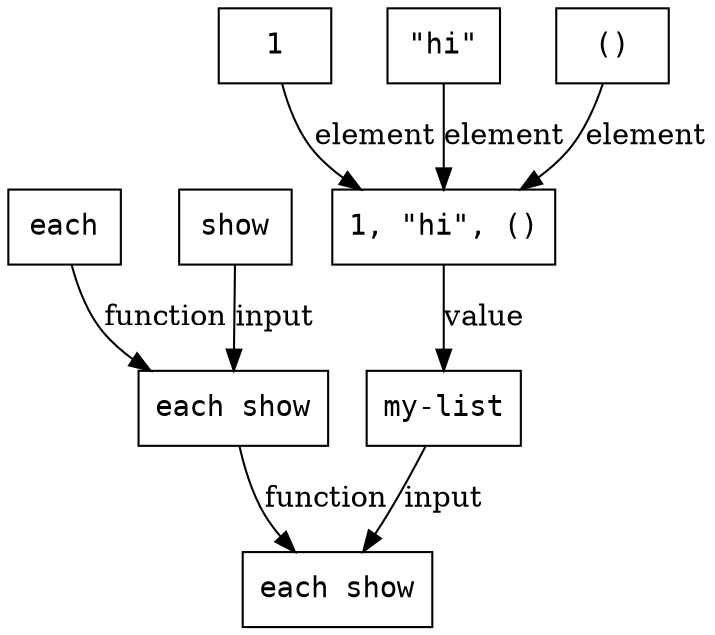
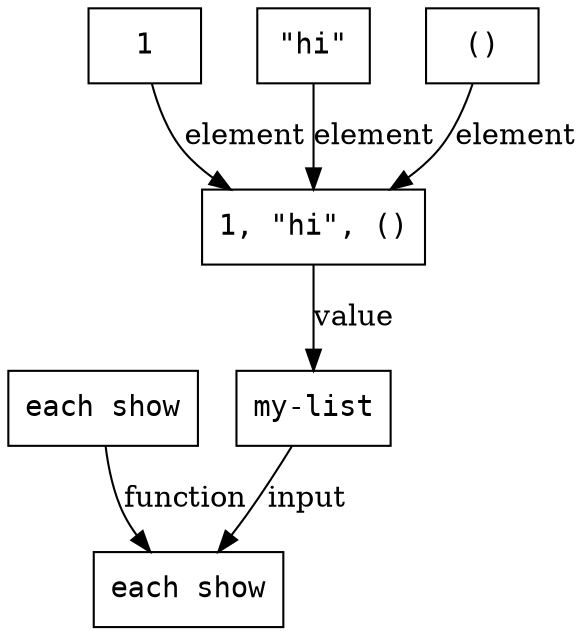
digraph G {
  node [shape=box, fontname=monospace]
  node_2_4 [label="1, \"hi\", ()"]
  node_2_6 [label="1"]
  node_2_7 [label="\"hi\""]
  node_2_8 [label="()"]
  node_2_18 [label="my-list"]
  node_2_20 [label="each show"]
  node_2_22 [label="each show"]
-   node_2_23 [label="each"]
-   node_2_24 [label="show"]
  node_2_4 -> node_2_18 [label="value"]
  node_2_6 -> node_2_4 [label="element"]
  node_2_7 -> node_2_4 [label="element"]
  node_2_8 -> node_2_4 [label="element"]
  node_2_18 -> node_2_20 [label="input"]
  node_2_22 -> node_2_20 [label="function"]
-   node_2_23 -> node_2_22 [label="function"]
-   node_2_24 -> node_2_22 [label="input"]
}
